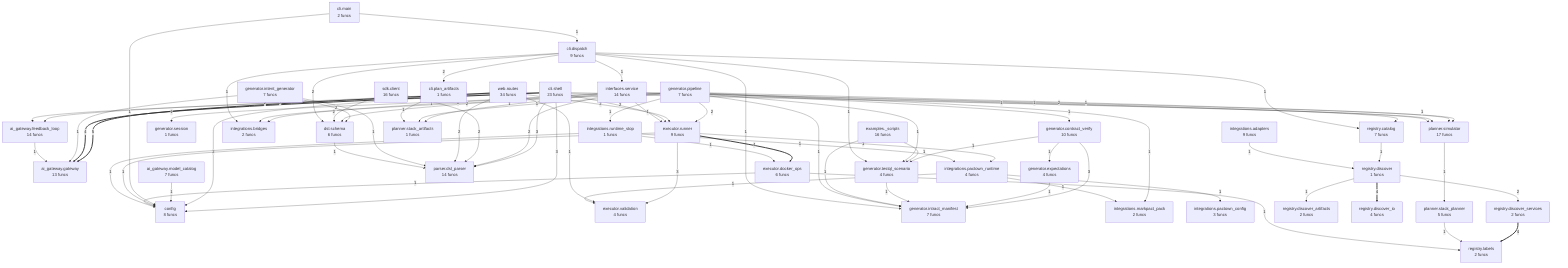
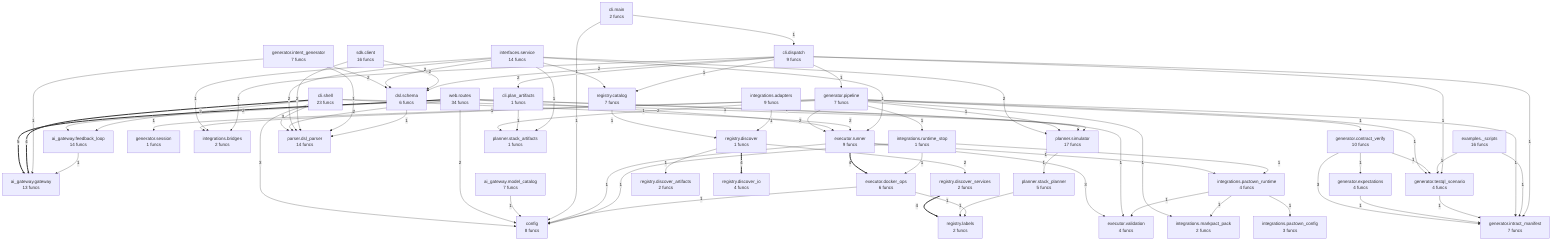
flowchart TD
%% generated in 0.01s
    ai_gateway__feedback_loop["ai_gateway.feedback_loop<br/>14 funcs"]
    ai_gateway__gateway["ai_gateway.gateway<br/>13 funcs"]
    ai_gateway__model_catalog["ai_gateway.model_catalog<br/>7 funcs"]
    cli__dispatch["cli.dispatch<br/>9 funcs"]
    cli__main["cli.main<br/>2 funcs"]
    cli__plan_artifacts["cli.plan_artifacts<br/>1 funcs"]
    cli__shell["cli.shell<br/>23 funcs"]
    config["config<br/>8 funcs"]
    dsl__schema["dsl.schema<br/>6 funcs"]
    examples___scripts["examples._scripts<br/>16 funcs"]
    executor__docker_ops["executor.docker_ops<br/>6 funcs"]
    executor__runner["executor.runner<br/>9 funcs"]
    executor__validation["executor.validation<br/>4 funcs"]
    generator__contract_verify["generator.contract_verify<br/>10 funcs"]
    generator__expectations["generator.expectations<br/>4 funcs"]
    generator__intent_generator["generator.intent_generator<br/>7 funcs"]
    generator__intract_manifest["generator.intract_manifest<br/>7 funcs"]
    generator__pipeline["generator.pipeline<br/>7 funcs"]
    generator__session["generator.session<br/>1 funcs"]
    generator__testql_scenario["generator.testql_scenario<br/>4 funcs"]
    integrations__adapters["integrations.adapters<br/>9 funcs"]
    integrations__bridges["integrations.bridges<br/>2 funcs"]
    integrations__markpact_pack["integrations.markpact_pack<br/>2 funcs"]
    integrations__pactown_config["integrations.pactown_config<br/>3 funcs"]
    integrations__pactown_runtime["integrations.pactown_runtime<br/>4 funcs"]
    integrations__runtime_stop["integrations.runtime_stop<br/>1 funcs"]
    interfaces__service["interfaces.service<br/>14 funcs"]
    parser__dsl_parser["parser.dsl_parser<br/>14 funcs"]
    planner__simulator["planner.simulator<br/>17 funcs"]
    planner__stack_artifacts["planner.stack_artifacts<br/>1 funcs"]
    planner__stack_planner["planner.stack_planner<br/>5 funcs"]
    registry__catalog["registry.catalog<br/>7 funcs"]
    registry__discover["registry.discover<br/>1 funcs"]
    registry__discover_artifacts["registry.discover_artifacts<br/>2 funcs"]
    registry__discover_io["registry.discover_io<br/>4 funcs"]
    registry__discover_services["registry.discover_services<br/>2 funcs"]
    registry__labels["registry.labels<br/>2 funcs"]
    sdk__client["sdk.client<br/>16 funcs"]
    web__routes["web.routes<br/>34 funcs"]
    web__routes ==>|5| ai_gateway__gateway
    cli__shell ==>|4| ai_gateway__gateway
    registry__discover_services ==>|4| registry__labels
    registry__discover ==>|4| registry__discover_io
    executor__runner ==>|4| executor__docker_ops
    generator__contract_verify -->|3| generator__intract_manifest
    cli__shell -->|3| parser__dsl_parser
    cli__shell -->|3| config
    executor__runner -->|3| executor__validation
    generator__intent_generator -->|2| dsl__schema
+     generator__pipeline -->|2| executor__runner
+     web__routes -->|2| ai_gateway__feedback_loop
+     web__routes -->|2| parser__dsl_parser
+     web__routes -->|2| executor__runner
+     web__routes -->|2| config
+     cli__shell -->|2| executor__runner
+     cli__shell -->|2| ai_gateway__feedback_loop
+     registry__discover -->|2| registry__discover_services
    interfaces__service -->|2| dsl__schema
    interfaces__service -->|2| parser__dsl_parser
    interfaces__service -->|2| planner__simulator
    sdk__client -->|2| dsl__schema
    sdk__client -->|2| parser__dsl_parser
-     generator__pipeline -->|2| executor__runner
-     web__routes -->|2| ai_gateway__feedback_loop
-     web__routes -->|2| parser__dsl_parser
-     web__routes -->|2| executor__runner
-     web__routes -->|2| config
    cli__dispatch -->|2| dsl__schema
    cli__dispatch -->|2| cli__plan_artifacts
-     cli__shell -->|2| executor__runner
-     cli__shell -->|2| ai_gateway__feedback_loop
-     registry__discover -->|2| registry__discover_services
    generator__expectations -->|1| generator__intract_manifest
    generator__intent_generator -->|1| ai_gateway__gateway
    generator__intent_generator -->|1| parser__dsl_parser
    generator__testql_scenario -->|1| generator__intract_manifest
-     generator__contract_verify -->|1| generator__testql_scenario
-     generator__contract_verify -->|1| generator__expectations
-     examples___scripts -->|1| generator__testql_scenario
-     examples___scripts -->|1| generator__intract_manifest
-     planner__stack_planner -->|1| registry__labels
-     planner__simulator -->|1| planner__stack_planner
-     registry__catalog -->|1| registry__discover
-     interfaces__service -->|1| planner__stack_artifacts
-     interfaces__service -->|1| executor__runner
-     interfaces__service -->|1| integrations__bridges
-     interfaces__service -->|1| registry__catalog
-     integrations__adapters -->|1| registry__discover
-     dsl__schema -->|1| parser__dsl_parser
    generator__pipeline -->|1| generator__intract_manifest
    generator__pipeline -->|1| generator__testql_scenario
    generator__pipeline -->|1| planner__stack_artifacts
    generator__pipeline -->|1| integrations__markpact_pack
    generator__pipeline -->|1| generator__session
    generator__pipeline -->|1| integrations__bridges
    generator__pipeline -->|1| planner__simulator
    generator__pipeline -->|1| generator__contract_verify
    generator__pipeline -->|1| integrations__runtime_stop
+     generator__contract_verify -->|1| generator__testql_scenario
+     generator__contract_verify -->|1| generator__expectations
+     examples___scripts -->|1| generator__testql_scenario
+     examples___scripts -->|1| generator__intract_manifest
+     planner__stack_planner -->|1| registry__labels
+     planner__simulator -->|1| planner__stack_planner
    web__routes -->|1| planner__simulator
    web__routes -->|1| executor__validation
    ai_gateway__model_catalog -->|1| config
    ai_gateway__feedback_loop -->|1| ai_gateway__gateway
    cli__plan_artifacts -->|1| planner__stack_artifacts
-     cli__dispatch -->|1| interfaces__service
-     cli__dispatch -->|1| generator__intract_manifest
-     cli__dispatch -->|1| generator__testql_scenario
-     cli__dispatch -->|1| integrations__bridges
-     cli__dispatch -->|1| registry__catalog
    cli__shell -->|1| planner__simulator
    cli__main -->|1| cli__dispatch
    cli__main -->|1| config
+     registry__catalog -->|1| registry__discover
    registry__discover -->|1| registry__discover_artifacts
+     interfaces__service -->|1| planner__stack_artifacts
+     interfaces__service -->|1| executor__runner
+     interfaces__service -->|1| integrations__bridges
+     interfaces__service -->|1| registry__catalog
    executor__runner -->|1| config
    executor__runner -->|1| integrations__pactown_runtime
    executor__docker_ops -->|1| config
    executor__docker_ops -->|1| registry__labels
    integrations__pactown_runtime -->|1| executor__validation
    integrations__pactown_runtime -->|1| integrations__markpact_pack
    integrations__pactown_runtime -->|1| integrations__pactown_config
    integrations__runtime_stop -->|1| executor__docker_ops
    integrations__runtime_stop -->|1| integrations__pactown_runtime
    integrations__runtime_stop -->|1| config
+     integrations__adapters -->|1| registry__discover
+     dsl__schema -->|1| parser__dsl_parser
+     cli__dispatch -->|1| generator__pipeline
+     cli__dispatch -->|1| generator__intract_manifest
+     cli__dispatch -->|1| generator__testql_scenario
+     cli__dispatch -->|1| integrations__bridges
+     cli__dispatch -->|1| registry__catalog
